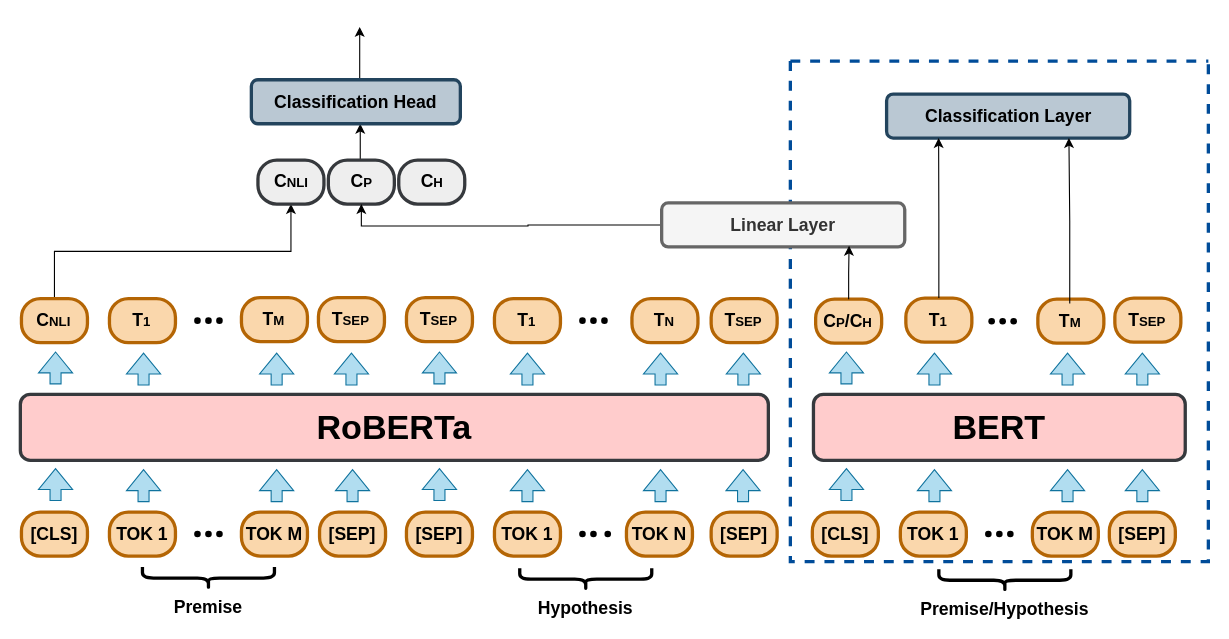
The draw.io diagram RoBERTa.drawio in JinboYao/mentalHealthPrediction, before the edit. Source tidied: cells renumbered, new cells numbered last; positions are measured from the earlier drawing's top-left corner, leaving out a move shared by most shapes. Both pictures are drawn from the tidied source at 110%, with x=0, y=0 at pixel (20, 26).
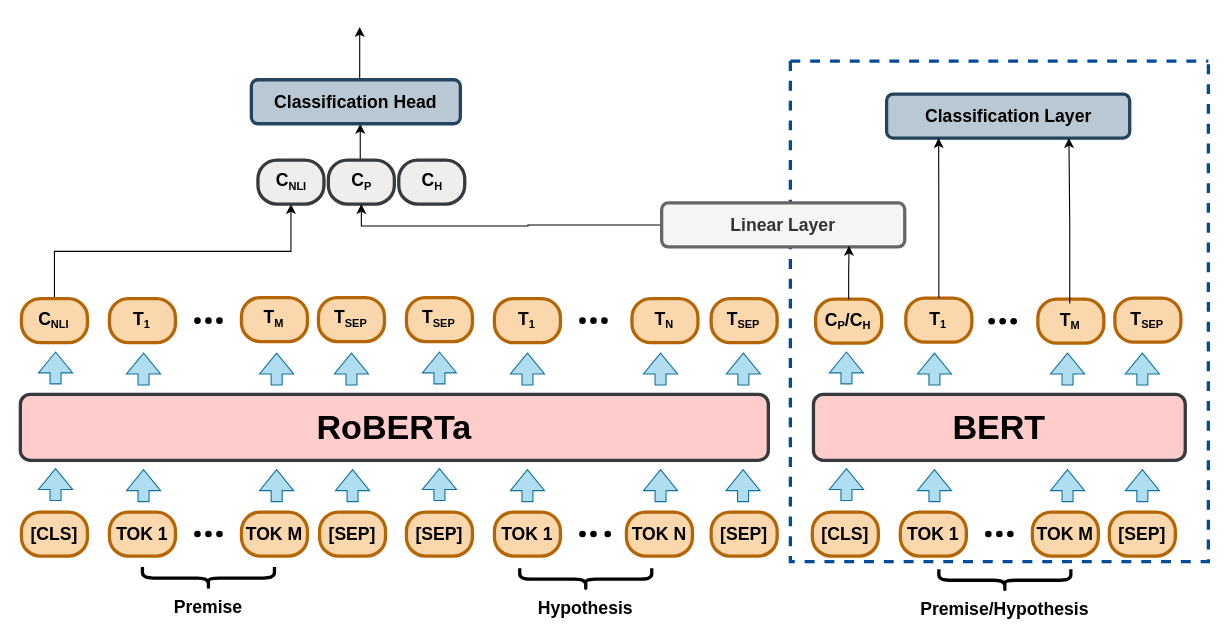
After the change.

Unchanged cells that the change refers to:
```xml
<mxCell id="65" style="swimlane;startSize=0;strokeWidth=3;dashed=1;strokeColor=#004C99;" parent="1" vertex="1">
  <mxGeometry x="700" y="31" width="380" height="455" as="geometry" />
</mxCell>
```

Diff of the diagram source:
```diff
@@
-    <mxCell id="70" value="&lt;span&gt;&lt;font style=&quot;font-size: 16px;&quot;&gt;C&lt;/font&gt;P&lt;/span&gt;&lt;font style=&quot;font-size: 16px;&quot;&gt;/&lt;/font&gt;&lt;font style=&quot;&quot;&gt;&lt;span style=&quot;font-size: 16px;&quot;&gt;C&lt;/span&gt;&lt;/font&gt;H" style="text;html=1;align=center;verticalAlign=middle;strokeColor=none;fillColor=none;fontStyle=1;" parent="65" vertex="1">
-      <mxGeometry x="17" y="220.5" width="70" height="30" as="geometry" />
+    <mxCell id="70" value="&lt;span&gt;&lt;font style=&quot;font-size: 16px;&quot;&gt;C&lt;/font&gt;&lt;sub&gt;P&lt;/sub&gt;&lt;/span&gt;&lt;font style=&quot;font-size: 16px;&quot;&gt;/&lt;/font&gt;&lt;font style=&quot;&quot;&gt;&lt;span style=&quot;font-size: 16px;&quot;&gt;C&lt;/span&gt;&lt;/font&gt;&lt;sub&gt;H&lt;/sub&gt;" style="text;html=1;align=center;verticalAlign=middle;strokeColor=none;fillColor=none;fontStyle=1;" parent="65" vertex="1">
+      <mxGeometry x="22" y="220.5" width="60" height="30" as="geometry" />
     </mxCell>
@@
-    <mxCell id="72" value="&lt;span style=&quot;font-size: 16px;&quot;&gt;T&lt;/span&gt;1" style="text;html=1;align=center;verticalAlign=middle;strokeColor=none;fillColor=none;fontStyle=1;" parent="65" vertex="1">
+    <mxCell id="72" value="&lt;span style=&quot;font-size: 16px;&quot;&gt;T&lt;/span&gt;&lt;sub&gt;1&lt;/sub&gt;" style="text;html=1;align=center;verticalAlign=middle;strokeColor=none;fillColor=none;fontStyle=1;" parent="65" vertex="1">
       <mxGeometry x="114" y="219.5" width="40" height="30" as="geometry" />
     </mxCell>
@@
-    <mxCell id="74" value="&lt;span style=&quot;font-size: 16px;&quot;&gt;T&lt;/span&gt;M" style="text;html=1;align=center;verticalAlign=middle;points=[];strokeColor=none;fillColor=none;fontStyle=1;" parent="65" vertex="1">
+    <mxCell id="74" value="&lt;span style=&quot;font-size: 16px;&quot;&gt;T&lt;/span&gt;&lt;sub&gt;M&lt;/sub&gt;" style="text;html=1;align=center;verticalAlign=middle;points=[];strokeColor=none;fillColor=none;fontStyle=1;" parent="65" vertex="1">
       <mxGeometry x="234" y="220.5" width="40" height="30" as="geometry" />
     </mxCell>
@@
-    <mxCell id="76" value="&lt;span style=&quot;font-size: 16px;&quot;&gt;T&lt;/span&gt;SEP" style="text;html=1;align=center;verticalAlign=middle;strokeColor=none;fillColor=none;fontStyle=1;" parent="65" vertex="1">
-      <mxGeometry x="294" y="219.5" width="60" height="30" as="geometry" />
+    <mxCell id="76" value="&lt;span style=&quot;font-size: 16px;&quot;&gt;T&lt;/span&gt;&lt;sub&gt;SEP&lt;/sub&gt;" style="text;html=1;align=center;verticalAlign=middle;strokeColor=none;fillColor=none;fontStyle=1;" parent="65" vertex="1">
+      <mxGeometry x="299" y="219.5" width="50" height="30" as="geometry" />
     </mxCell>
@@
-    <mxCell id="81" value="&lt;span&gt;&lt;font style=&quot;font-size: 16px;&quot;&gt;C&lt;/font&gt;NLI&lt;/span&gt;" style="text;html=1;align=center;verticalAlign=middle;strokeColor=none;fillColor=none;fontStyle=1;" parent="1" vertex="1">
-      <mxGeometry x="5" y="251" width="50" height="30" as="geometry" />
+    <mxCell id="81" value="&lt;span&gt;&lt;font style=&quot;font-size: 16px;&quot;&gt;C&lt;/font&gt;&lt;sub&gt;NLI&lt;/sub&gt;&lt;/span&gt;" style="text;html=1;align=center;verticalAlign=middle;strokeColor=none;fillColor=none;fontStyle=1;" parent="1" vertex="1">
+      <mxGeometry x="5" y="246" width="50" height="40" as="geometry" />
     </mxCell>
@@
-    <mxCell id="83" value="&lt;span style=&quot;font-size: 16px;&quot;&gt;T&lt;/span&gt;1" style="text;html=1;align=center;verticalAlign=middle;strokeColor=none;fillColor=none;fontStyle=1;" parent="1" vertex="1">
-      <mxGeometry x="90" y="251" width="40" height="30" as="geometry" />
+    <mxCell id="83" value="&lt;span style=&quot;font-size: 16px;&quot;&gt;T&lt;/span&gt;&lt;sub&gt;1&lt;/sub&gt;" style="text;html=1;align=center;verticalAlign=middle;strokeColor=none;fillColor=none;fontStyle=1;" parent="1" vertex="1">
+      <mxGeometry x="90" y="246" width="40" height="40" as="geometry" />
     </mxCell>
@@
-    <mxCell id="85" value="&lt;span style=&quot;font-size: 16px;&quot;&gt;T&lt;/span&gt;M" style="text;html=1;align=center;verticalAlign=middle;strokeColor=none;fillColor=none;fontStyle=1;" parent="1" vertex="1">
-      <mxGeometry x="210" y="250" width="40" height="30" as="geometry" />
+    <mxCell id="85" value="&lt;span style=&quot;font-size: 16px;&quot;&gt;T&lt;/span&gt;&lt;sub&gt;M&lt;/sub&gt;" style="text;html=1;align=center;verticalAlign=middle;strokeColor=none;fillColor=none;fontStyle=1;" parent="1" vertex="1">
+      <mxGeometry x="210" y="245" width="40" height="40" as="geometry" />
     </mxCell>
@@
-    <mxCell id="87" value="&lt;span style=&quot;font-size: 16px;&quot;&gt;T&lt;/span&gt;SEP" style="text;html=1;align=center;verticalAlign=middle;strokeColor=none;fillColor=none;fontStyle=1;" parent="1" vertex="1">
-      <mxGeometry x="270" y="250" width="60" height="30" as="geometry" />
+    <mxCell id="87" value="&lt;span style=&quot;font-size: 16px;&quot;&gt;T&lt;/span&gt;&lt;sub&gt;SEP&lt;/sub&gt;" style="text;html=1;align=center;verticalAlign=middle;strokeColor=none;fillColor=none;fontStyle=1;" parent="1" vertex="1">
+      <mxGeometry x="275" y="245" width="50" height="40" as="geometry" />
     </mxCell>
@@
-    <mxCell id="89" value="&lt;span style=&quot;font-size: 16px;&quot;&gt;T&lt;/span&gt;SEP" style="text;html=1;align=center;verticalAlign=middle;strokeColor=none;fillColor=none;fontStyle=1;" parent="1" vertex="1">
-      <mxGeometry x="350" y="250" width="60" height="30" as="geometry" />
+    <mxCell id="89" value="&lt;span style=&quot;font-size: 16px;&quot;&gt;T&lt;/span&gt;&lt;sub&gt;SEP&lt;/sub&gt;" style="text;html=1;align=center;verticalAlign=middle;strokeColor=none;fillColor=none;fontStyle=1;" parent="1" vertex="1">
+      <mxGeometry x="355" y="245" width="50" height="40" as="geometry" />
     </mxCell>
@@
-    <mxCell id="91" value="&lt;span style=&quot;font-size: 16px;&quot;&gt;T&lt;/span&gt;1" style="text;html=1;align=center;verticalAlign=middle;strokeColor=none;fillColor=none;fontStyle=1;" parent="1" vertex="1">
-      <mxGeometry x="440" y="251" width="40" height="30" as="geometry" />
+    <mxCell id="91" value="&lt;span style=&quot;font-size: 16px;&quot;&gt;T&lt;/span&gt;&lt;sub&gt;1&lt;/sub&gt;" style="text;html=1;align=center;verticalAlign=middle;strokeColor=none;fillColor=none;fontStyle=1;" parent="1" vertex="1">
+      <mxGeometry x="440" y="246" width="40" height="40" as="geometry" />
     </mxCell>
@@
-    <mxCell id="93" value="&lt;span style=&quot;font-size: 16px;&quot;&gt;T&lt;/span&gt;N" style="text;html=1;align=center;verticalAlign=middle;strokeColor=none;fillColor=none;fontStyle=1;" parent="1" vertex="1">
+    <mxCell id="93" value="&lt;span style=&quot;font-size: 16px;&quot;&gt;T&lt;/span&gt;&lt;sub&gt;N&lt;/sub&gt;" style="text;html=1;align=center;verticalAlign=middle;strokeColor=none;fillColor=none;fontStyle=1;" parent="1" vertex="1">
       <mxGeometry x="565" y="251" width="40" height="30" as="geometry" />
     </mxCell>
@@
-    <mxCell id="95" value="&lt;span style=&quot;font-size: 16px;&quot;&gt;T&lt;/span&gt;SEP" style="text;html=1;align=center;verticalAlign=middle;strokeColor=none;fillColor=none;fontStyle=1;" parent="1" vertex="1">
-      <mxGeometry x="627" y="251" width="60" height="30" as="geometry" />
+    <mxCell id="95" value="&lt;span style=&quot;font-size: 16px;&quot;&gt;T&lt;/span&gt;&lt;sub&gt;SEP&lt;/sub&gt;" style="text;html=1;align=center;verticalAlign=middle;strokeColor=none;fillColor=none;fontStyle=1;" parent="1" vertex="1">
+      <mxGeometry x="632" y="251" width="50" height="30" as="geometry" />
     </mxCell>
@@
-    <mxCell id="99" value="&lt;span&gt;&lt;font style=&quot;font-size: 16px;&quot;&gt;C&lt;/font&gt;NLI&lt;/span&gt;" style="text;html=1;align=center;verticalAlign=middle;strokeColor=none;fillColor=none;fontStyle=1;" parent="1" vertex="1">
+    <mxCell id="99" value="&lt;span&gt;&lt;font style=&quot;font-size: 16px;&quot;&gt;C&lt;/font&gt;&lt;sub&gt;NLI&lt;/sub&gt;&lt;/span&gt;" style="text;html=1;align=center;verticalAlign=middle;strokeColor=none;fillColor=none;fontStyle=1;" parent="1" vertex="1">
       <mxGeometry x="221" y="125" width="50" height="30" as="geometry" />
     </mxCell>
-    <mxCell id="100" value="&lt;span&gt;&lt;font style=&quot;font-size: 16px;&quot;&gt;C&lt;/font&gt;P&lt;/span&gt;" style="text;html=1;align=center;verticalAlign=middle;strokeColor=none;fillColor=none;fontStyle=1;" parent="1" vertex="1">
+    <mxCell id="100" value="&lt;span&gt;&lt;font style=&quot;font-size: 16px;&quot;&gt;C&lt;/font&gt;&lt;sub&gt;P&lt;/sub&gt;&lt;/span&gt;" style="text;html=1;align=center;verticalAlign=middle;strokeColor=none;fillColor=none;fontStyle=1;" parent="1" vertex="1">
       <mxGeometry x="290" y="125" width="40" height="30" as="geometry" />
     </mxCell>
-    <mxCell id="101" value="&lt;span&gt;&lt;font style=&quot;font-size: 16px;&quot;&gt;C&lt;/font&gt;H&lt;/span&gt;" style="text;html=1;align=center;verticalAlign=middle;strokeColor=none;fillColor=none;fontStyle=1;" parent="1" vertex="1">
+    <mxCell id="101" value="&lt;span&gt;&lt;font style=&quot;font-size: 16px;&quot;&gt;C&lt;/font&gt;&lt;sub&gt;H&lt;/sub&gt;&lt;/span&gt;" style="text;html=1;align=center;verticalAlign=middle;strokeColor=none;fillColor=none;fontStyle=1;" parent="1" vertex="1">
       <mxGeometry x="354" y="125" width="40" height="30" as="geometry" />
     </mxCell>
```
